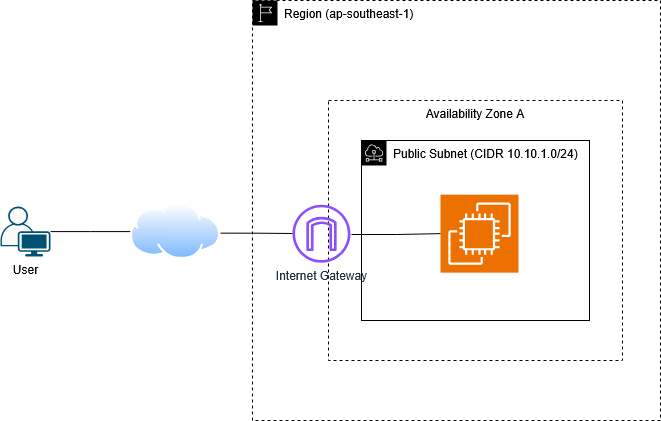
The draw.io diagram images/diagram.png in horacekangholie/aws-ec2-nginx-landing-page, before a commit. Source tidied: cells renumbered, new cells last; positions are measured from the earlier drawing's top-left corner, leaving out a move shared by most shapes. Source of this version:
```xml
<mxGraphModel>
  <root>
    <mxCell id="0" />
    <mxCell id="1" parent="0" />
    <mxCell id="2" value="VPC (CIDR 10.10.0.0/16)" style="sketch=0;gradientColor=none;html=1;whiteSpace=wrap;fontSize=12;fontStyle=0;shape=mxgraph.aws4.group;grIcon=mxgraph.aws4.group_vpc;strokeColor=#B6BABF;fillColor=none;verticalAlign=top;align=left;spacingLeft=30;fontColor=#B6BABF;dashed=0;" parent="1" vertex="1">
      <mxGeometry x="282" y="60" width="358" height="320" as="geometry" />
    </mxCell>
    <mxCell id="3" value="Region (ap-southeast-1)" style="sketch=0;html=1;whiteSpace=wrap;fontSize=12;fontStyle=0;shape=mxgraph.aws4.group;grIcon=mxgraph.aws4.group_region;verticalAlign=top;align=left;spacingLeft=30;dashed=1;" parent="1" vertex="1">
      <mxGeometry x="252" width="408" height="420" as="geometry" />
    </mxCell>
    <mxCell id="4" value="Availability Zone A" style="dashed=1;verticalAlign=top;fontStyle=0;whiteSpace=wrap;html=1;" parent="1" vertex="1">
      <mxGeometry x="328" y="100" width="294" height="260" as="geometry" />
    </mxCell>
    <mxCell id="5" style="edgeStyle=orthogonalEdgeStyle;rounded=0;jettySize=auto;html=1;endArrow=none;endFill=0;" parent="1" edge="1" source="6" target="9">
      <mxGeometry relative="1" as="geometry" />
    </mxCell>
    <mxCell id="6" value="&lt;div&gt;User&lt;/div&gt;" style="points=[[0.35,0,0],[0.98,0.51,0],[1,0.71,0],[0.67,1,0],[0,0.795,0],[0,0.65,0]];verticalLabelPosition=bottom;sketch=0;html=1;verticalAlign=top;align=center;shape=mxgraph.cisco19.user2;fillColor=#fafafa;strokeColor=#005073;" parent="1" vertex="1">
      <mxGeometry y="206.1" width="50" height="50" as="geometry" />
    </mxCell>
    <mxCell id="7" value="Public Subnet (CIDR 10.10.1.0/24)" style="sketch=0;html=1;whiteSpace=wrap;fontSize=12;fontStyle=0;shape=mxgraph.aws4.group;grIcon=mxgraph.aws4.group_subnet;verticalAlign=top;align=left;spacingLeft=30;dashed=0;" parent="1" vertex="1">
      <mxGeometry x="361" y="140" width="228" height="180" as="geometry" />
    </mxCell>
    <mxCell id="8" value="&lt;div&gt;Internet Gateway&lt;/div&gt;" style="sketch=0;fontColor=#232F3E;gradientColor=none;fillColor=#8C4FFF;strokeColor=none;dashed=0;verticalLabelPosition=bottom;verticalAlign=top;align=center;html=1;fontSize=12;fontStyle=0;shape=mxgraph.aws4.internet_gateway;" parent="1" vertex="1">
      <mxGeometry x="292" y="204.1" width="58" height="58" as="geometry" />
    </mxCell>
    <mxCell id="9" style="image;perimeter=ellipsePerimeter;html=1;align=center;shadow=0;spacingTop=3;image=img/lib/active_directory/internet_cloud.svg;" parent="1" vertex="1">
      <mxGeometry x="130" y="202.8" width="90" height="56.7" as="geometry" />
    </mxCell>
    <mxCell id="10" style="sketch=0;points=[[0,0,0],[0.25,0,0],[0.5,0,0],[0.75,0,0],[1,0,0],[0,1,0],[0.25,1,0],[0.5,1,0],[0.75,1,0],[1,1,0],[0,0.25,0],[0,0.5,0],[0,0.75,0],[1,0.25,0],[1,0.5,0],[1,0.75,0]];outlineConnect=0;fontColor=#232F3E;fillColor=#ED7100;strokeColor=#ffffff;dashed=0;verticalLabelPosition=bottom;verticalAlign=top;align=center;html=1;fontSize=12;fontStyle=0;shape=mxgraph.aws4.resourceIcon;resIcon=mxgraph.aws4.ec2;" parent="1" vertex="1">
      <mxGeometry x="440" y="194.1" width="78" height="78" as="geometry" />
    </mxCell>
    <mxCell id="11" style="edgeStyle=orthogonalEdgeStyle;rounded=0;orthogonalLoop=1;jettySize=auto;html=1;endArrow=none;endFill=0;" parent="1" edge="1">
      <mxGeometry relative="1" as="geometry">
        <mxPoint x="220" y="232.6" as="sourcePoint" />
        <mxPoint x="292" y="233" as="targetPoint" />
      </mxGeometry>
    </mxCell>
    <mxCell id="12" style="edgeStyle=orthogonalEdgeStyle;rounded=0;jettySize=auto;html=1;endArrow=none;endFill=0;entryX=0;entryY=0.5;entryDx=0;entryDy=0;entryPerimeter=0;" parent="1" edge="1" target="10">
      <mxGeometry relative="1" as="geometry">
        <mxPoint x="351" y="234" as="sourcePoint" />
      </mxGeometry>
    </mxCell>
  </root>
</mxGraphModel>
```
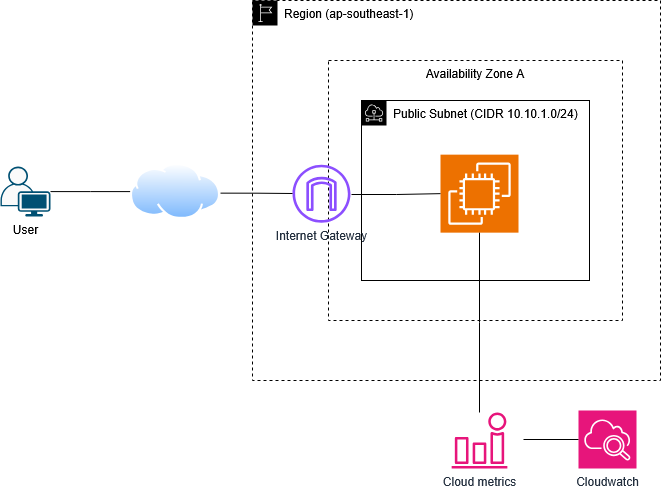
After the change.

Change to the diagram source:
```diff
@@ -6,7 +6,7 @@
       <mxGeometry x="282" y="60" width="358" height="320" as="geometry" />
     </mxCell>
     <mxCell id="3" value="Region (ap-southeast-1)" style="sketch=0;html=1;whiteSpace=wrap;fontSize=12;fontStyle=0;shape=mxgraph.aws4.group;grIcon=mxgraph.aws4.group_region;verticalAlign=top;align=left;spacingLeft=30;dashed=1;" parent="1" vertex="1">
-      <mxGeometry x="252" width="408" height="420" as="geometry" />
+      <mxGeometry x="252" y="40" width="408" height="380" as="geometry" />
     </mxCell>
     <mxCell id="4" value="Availability Zone A" style="dashed=1;verticalAlign=top;fontStyle=0;whiteSpace=wrap;html=1;" parent="1" vertex="1">
       <mxGeometry x="328" y="100" width="294" height="260" as="geometry" />
@@ -40,5 +40,19 @@
         <mxPoint x="351" y="234" as="sourcePoint" />
       </mxGeometry>
     </mxCell>
+    <mxCell id="13" value="&lt;div&gt;Cloudwatch&lt;/div&gt;" style="sketch=0;points=[[0,0,0],[0.25,0,0],[0.5,0,0],[0.75,0,0],[1,0,0],[0,1,0],[0.25,1,0],[0.5,1,0],[0.75,1,0],[1,1,0],[0,0.25,0],[0,0.5,0],[0,0.75,0],[1,0.25,0],[1,0.5,0],[1,0.75,0]];points=[[0,0,0],[0.25,0,0],[0.5,0,0],[0.75,0,0],[1,0,0],[0,1,0],[0.25,1,0],[0.5,1,0],[0.75,1,0],[1,1,0],[0,0.25,0],[0,0.5,0],[0,0.75,0],[1,0.25,0],[1,0.5,0],[1,0.75,0]];outlineConnect=0;fontColor=#232F3E;fillColor=#E7157B;strokeColor=#ffffff;dashed=0;verticalLabelPosition=bottom;verticalAlign=top;align=center;html=1;fontSize=12;fontStyle=0;shape=mxgraph.aws4.resourceIcon;resIcon=mxgraph.aws4.cloudwatch_2;" parent="1" vertex="1">
+      <mxGeometry x="578" y="450" width="58" height="58" as="geometry" />
+    </mxCell>
+    <mxCell id="14" value="&lt;div&gt;Cloud metrics&lt;/div&gt;" style="sketch=0;outlineConnect=0;fontColor=#232F3E;gradientColor=none;fillColor=#E7157B;strokeColor=none;dashed=0;verticalLabelPosition=bottom;verticalAlign=top;align=center;html=1;fontSize=12;fontStyle=0;shape=mxgraph.aws4.alarm;" parent="1" vertex="1">
+      <mxGeometry x="451" y="452" width="56" height="56" as="geometry" />
+    </mxCell>
+    <mxCell id="15" style="edgeStyle=orthogonalEdgeStyle;rounded=0;jettySize=auto;html=1;endArrow=none;endFill=0;entryX=0;entryY=0.5;entryDx=0;entryDy=0;entryPerimeter=0;" parent="1" edge="1" target="13">
+      <mxGeometry relative="1" as="geometry">
+        <mxPoint x="523" y="479" as="sourcePoint" />
+      </mxGeometry>
+    </mxCell>
+    <mxCell id="16" style="edgeStyle=orthogonalEdgeStyle;rounded=0;jettySize=auto;html=1;endArrow=none;endFill=0;" parent="1" edge="1" source="14" target="10">
+      <mxGeometry relative="1" as="geometry" />
+    </mxCell>
   </root>
 </mxGraphModel>
```
